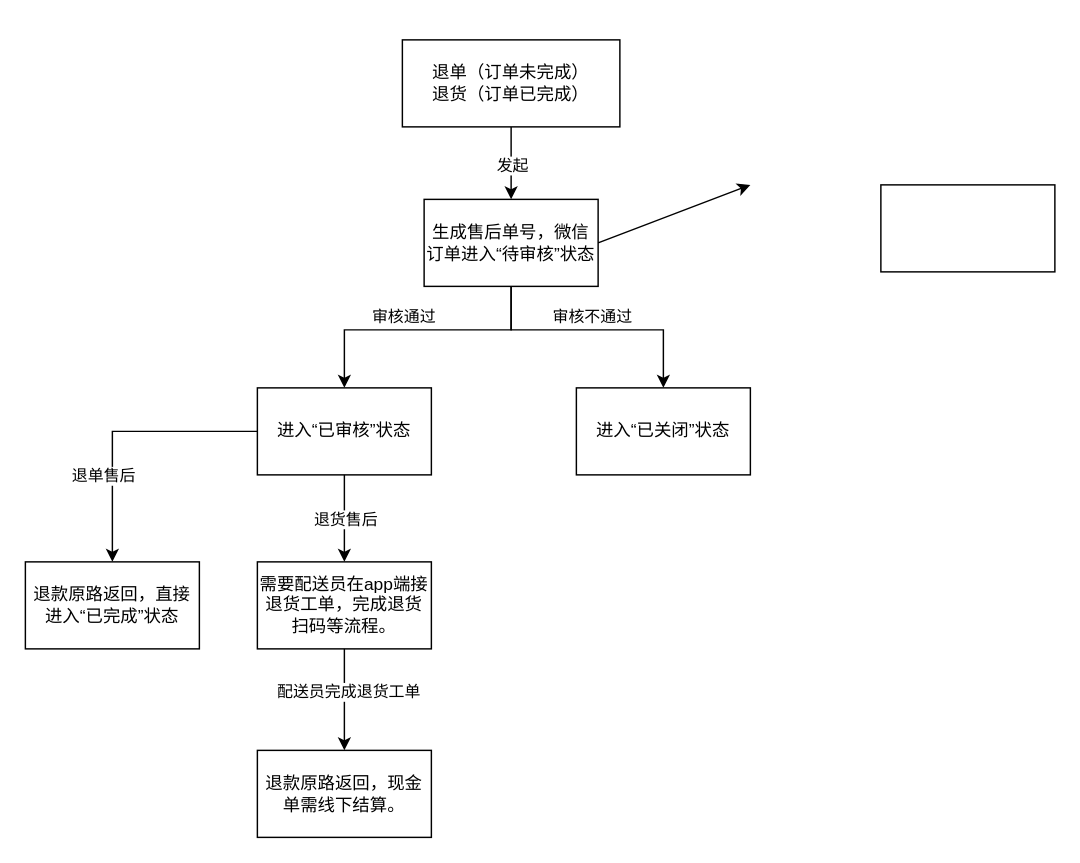
YingSi163/Effy keeps this draw.io diagram as 未命名绘图.drawio. Above is the earlier version. Source tidied: cells renumbered, new cells numbered last; positions are measured from the earlier drawing's top-left corner, leaving out a move shared by most shapes. Both pictures are drawn from the tidied source at 145%, with x=0, y=0 at pixel (25, 39).
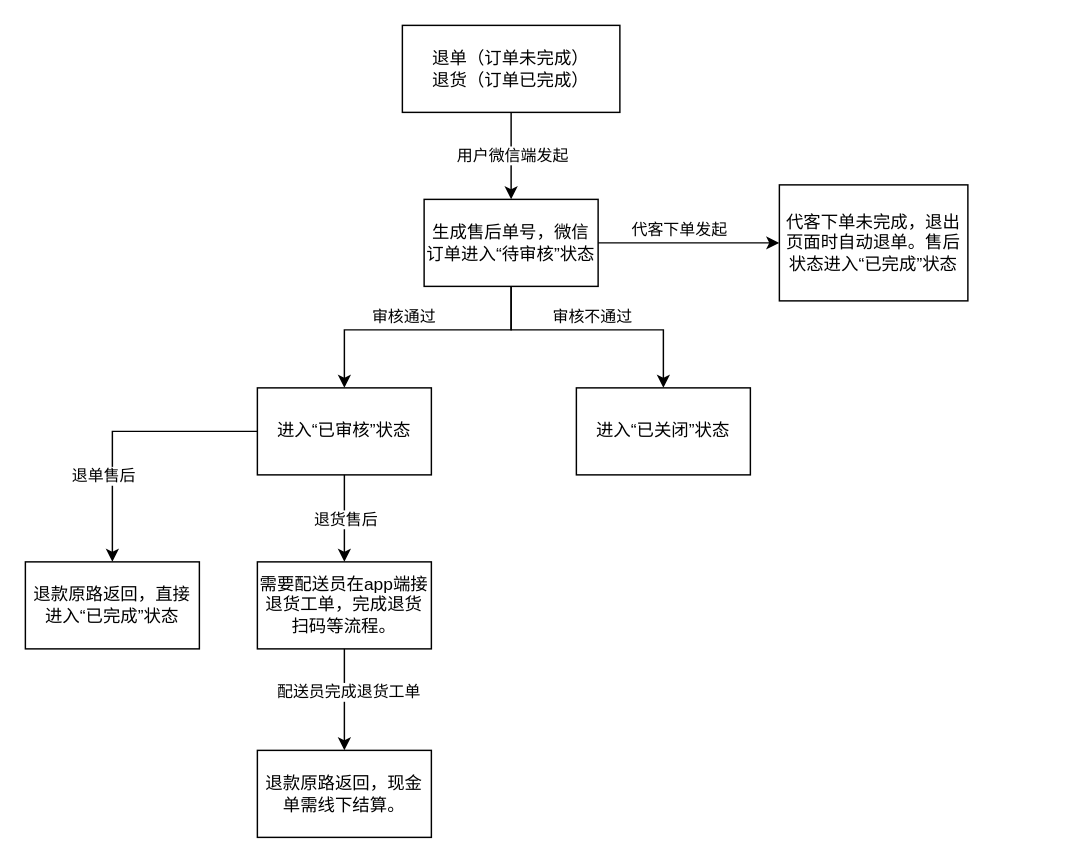
The same diagram, later.

Commit message:
更新订单售后流程图.drawio

Unchanged cells that the change refers to:
```xml
<mxCell id="3" value="生成售后单号，微信订单进入“待审核”状态" style="rounded=0;whiteSpace=wrap;html=1;" parent="1" vertex="1">
  <mxGeometry x="275" y="110" width="120" height="60" as="geometry" />
</mxCell>
<mxCell id="4" style="endArrow=classic;html=1;rounded=0;exitX=0.5;exitY=1;exitDx=0;exitDy=0;" parent="1" edge="1" source="2" target="3">
  <mxGeometry relative="1" as="geometry" />
</mxCell>
```

Diff of the diagram source:
```diff
@@
     <mxCell id="2" value="退单（订单未完成）&lt;div&gt;退货（订单已完成）&lt;/div&gt;" style="rounded=0;whiteSpace=wrap;html=1;" parent="1" vertex="1">
-      <mxGeometry x="260" width="150" height="60" as="geometry" />
+      <mxGeometry x="260" y="-10" width="150" height="60" as="geometry" />
     </mxCell>
@@
-    <mxCell id="5" value="发起" style="edgeLabel;html=1;align=center;verticalAlign=middle;" parent="4" vertex="1">
+    <mxCell id="5" value="用户微信端发起" style="edgeLabel;html=1;align=center;verticalAlign=middle;" parent="4" vertex="1">
       <mxGeometry x="-0.29" y="3" relative="1" as="geometry">
         <mxPoint x="-3" y="8" as="offset" />
       </mxGeometry>
     </mxCell>
@@
     <mxCell id="21" style="endArrow=classic;html=1;rounded=0;exitX=1;exitY=0.5;exitDx=0;exitDy=0;" parent="1" edge="1" source="3">
       <mxGeometry relative="1" as="geometry">
-        <mxPoint x="500" y="100" as="targetPoint" />
+        <mxPoint x="520" y="140" as="targetPoint" />
       </mxGeometry>
     </mxCell>
+    <mxCell id="23" value="代客下单发起" style="edgeLabel;html=1;align=center;verticalAlign=middle;" parent="21" vertex="1">
+      <mxGeometry x="-0.23" y="2" relative="1" as="geometry">
+        <mxPoint x="7" y="-8" as="offset" />
+      </mxGeometry>
+    </mxCell>
-    <mxCell id="22" style="rounded=0;whiteSpace=wrap;html=1;" parent="1" vertex="1">
-      <mxGeometry x="590" y="100" width="120" height="60" as="geometry" />
+    <mxCell id="22" value="代客下单未完成，退出页面时自动退单。售后状态进入“已完成”状态" style="rounded=0;whiteSpace=wrap;html=1;" parent="1" vertex="1">
+      <mxGeometry x="520" y="100" width="130" height="80" as="geometry" />
     </mxCell>
```
